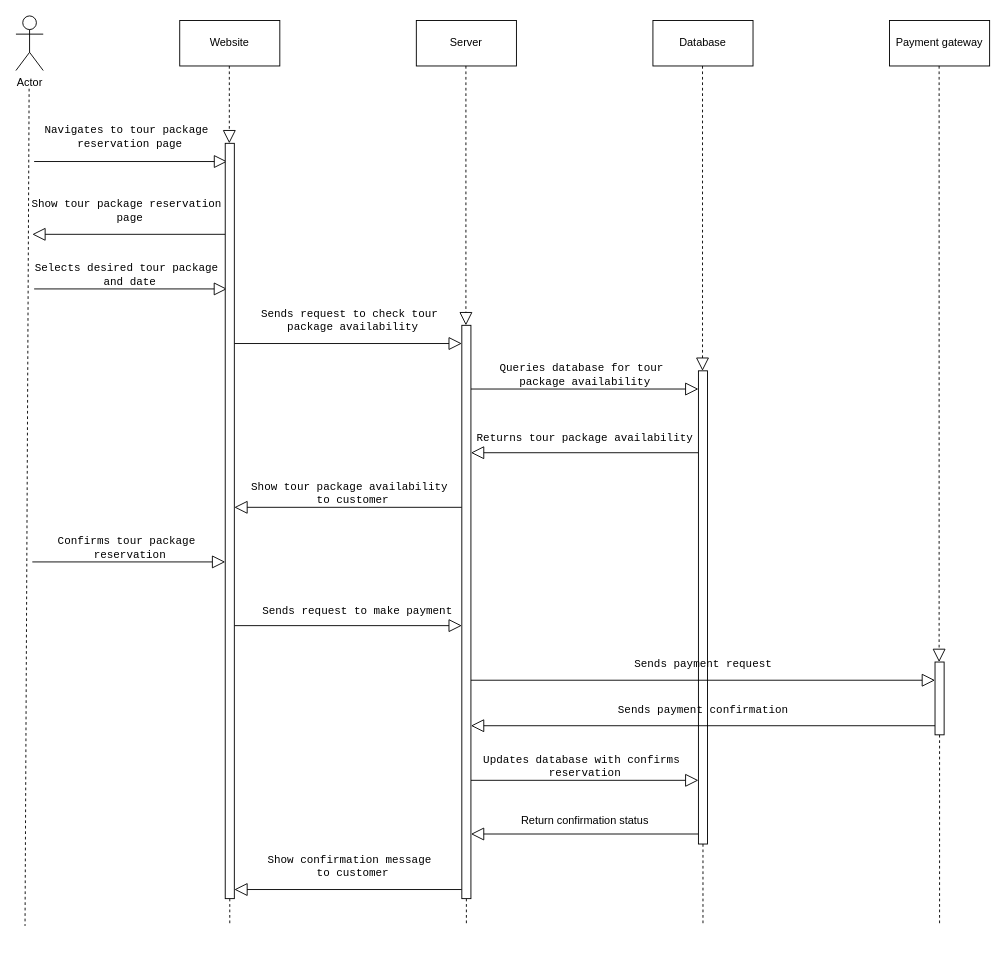
Earlier version of the draw.io diagram tour package.drawio (CodeSithum/sequencediagram). Source tidied: cells renumbered, new cells numbered last; positions are measured from the earlier drawing's top-left corner, leaving out a move shared by most shapes. Both pictures are drawn from the tidied source at 91%, with x=0, y=0 at pixel (15, 15).
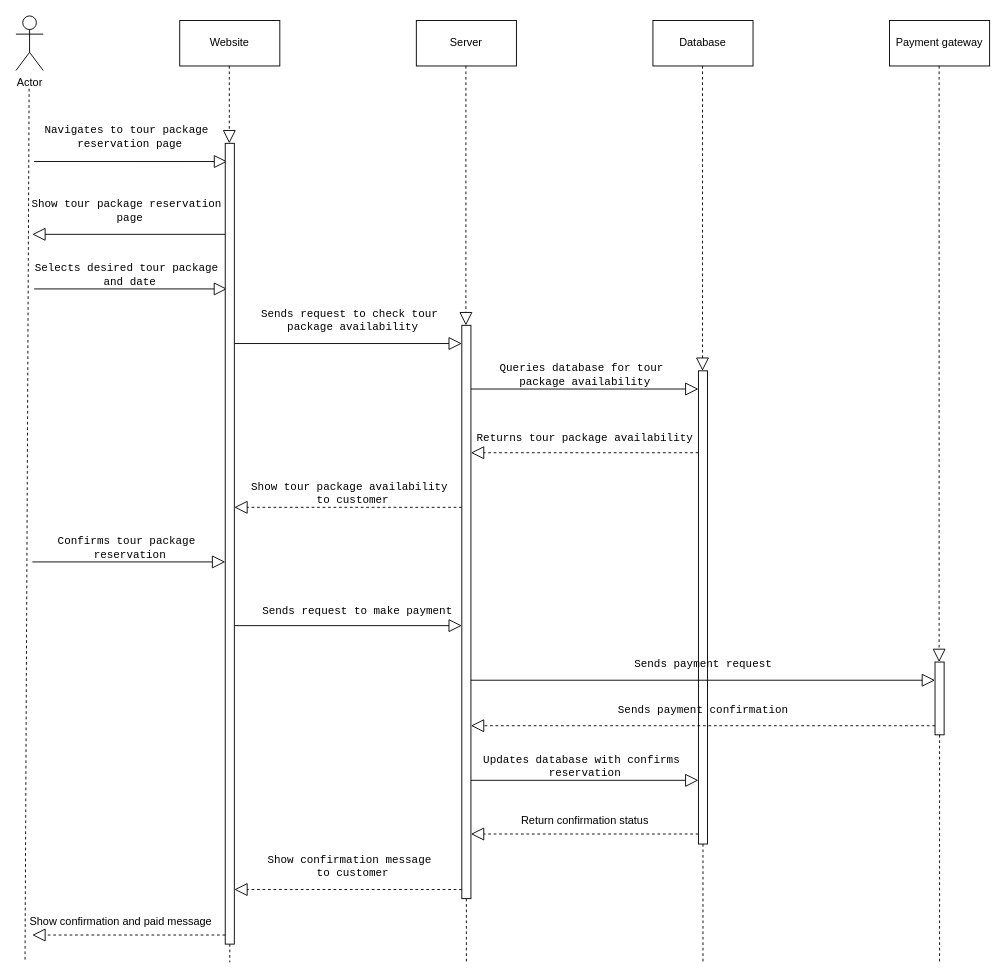
The same diagram, later.

Unchanged cells that the change refers to:
```xml
<mxCell id="39" style="html=1;points=[];perimeter=orthogonalPerimeter;outlineConnect=0;targetShapes=umlLifeline;portConstraint=eastwest;newEdgeStyle={&quot;edgeStyle&quot;:&quot;elbowEdgeStyle&quot;,&quot;elbow&quot;:&quot;vertical&quot;,&quot;curved&quot;:0,&quot;rounded&quot;:0};" parent="1" vertex="1">
  <mxGeometry x="490" y="340" width="10" height="630" as="geometry" />
</mxCell>
<mxCell id="41" style="html=1;points=[];perimeter=orthogonalPerimeter;outlineConnect=0;targetShapes=umlLifeline;portConstraint=eastwest;newEdgeStyle={&quot;edgeStyle&quot;:&quot;elbowEdgeStyle&quot;,&quot;elbow&quot;:&quot;vertical&quot;,&quot;curved&quot;:0,&quot;rounded&quot;:0};" parent="1" vertex="1">
  <mxGeometry x="750" y="390" width="10" height="520" as="geometry" />
</mxCell>
<mxCell id="43" style="html=1;points=[];perimeter=orthogonalPerimeter;outlineConnect=0;targetShapes=umlLifeline;portConstraint=eastwest;newEdgeStyle={&quot;edgeStyle&quot;:&quot;elbowEdgeStyle&quot;,&quot;elbow&quot;:&quot;vertical&quot;,&quot;curved&quot;:0,&quot;rounded&quot;:0};" parent="1" vertex="1">
  <mxGeometry x="1010" y="710" width="10" height="80" as="geometry" />
</mxCell>
```

Diff of the diagram source:
```diff
@@
     <mxCell id="7" style="endArrow=none;dashed=1;endFill=0;endSize=12;html=1;rounded=0;" parent="1" edge="1">
       <mxGeometry relative="1" as="geometry">
         <mxPoint x="14.5" y="80" as="sourcePoint" />
-        <mxPoint x="10" y="1000" as="targetPoint" />
+        <mxPoint x="10" y="1040" as="targetPoint" />
       </mxGeometry>
     </mxCell>
     <mxCell id="8" style="endArrow=none;dashed=1;endFill=0;endSize=12;html=1;rounded=0;" parent="1" edge="1" source="37">
       <mxGeometry relative="1" as="geometry">
-        <mxPoint x="235" y="1000" as="targetPoint" />
+        <mxPoint x="235" y="1040" as="targetPoint" />
       </mxGeometry>
     </mxCell>
     <mxCell id="9" style="endArrow=none;dashed=1;endFill=0;endSize=12;html=1;rounded=0;" parent="1" edge="1" source="39">
       <mxGeometry relative="1" as="geometry">
-        <mxPoint x="495" y="1000" as="targetPoint" />
+        <mxPoint x="495" y="1040" as="targetPoint" />
       </mxGeometry>
     </mxCell>
     <mxCell id="10" style="endArrow=none;dashed=1;endFill=0;endSize=12;html=1;rounded=0;" parent="1" edge="1" source="41">
       <mxGeometry relative="1" as="geometry">
-        <mxPoint x="755" y="1000" as="targetPoint" />
+        <mxPoint x="755" y="1040" as="targetPoint" />
       </mxGeometry>
     </mxCell>
     <mxCell id="11" style="endArrow=none;dashed=1;endFill=0;endSize=12;html=1;rounded=0;" parent="1" edge="1" source="43">
       <mxGeometry relative="1" as="geometry">
-        <mxPoint x="1015" y="1000" as="targetPoint" />
+        <mxPoint x="1015" y="1040" as="targetPoint" />
       </mxGeometry>
     </mxCell>
@@
-    <mxCell id="28" style="endArrow=block;endFill=0;endSize=12;html=1;rounded=0;" parent="1" edge="1">
+    <mxCell id="28" style="endArrow=block;endFill=0;endSize=12;html=1;rounded=0;dashed=1;" parent="1" edge="1">
       <mxGeometry relative="1" as="geometry">
         <mxPoint x="490" y="540" as="sourcePoint" />
         <mxPoint x="240" y="540" as="targetPoint" />
       </mxGeometry>
     </mxCell>
@@
-    <mxCell id="31" style="endArrow=block;endFill=0;endSize=12;html=1;rounded=0;" parent="1" edge="1">
+    <mxCell id="31" style="endArrow=block;endFill=0;endSize=12;html=1;rounded=0;dashed=1;" parent="1" edge="1">
       <mxGeometry relative="1" as="geometry">
         <mxPoint x="490" y="960" as="sourcePoint" />
         <mxPoint x="240" y="960" as="targetPoint" />
       </mxGeometry>
     </mxCell>
@@
-    <mxCell id="33" style="endArrow=block;endFill=0;endSize=12;html=1;rounded=0;" parent="1" edge="1">
+    <mxCell id="33" style="endArrow=block;endFill=0;endSize=12;html=1;rounded=0;dashed=1;" parent="1" edge="1">
       <mxGeometry relative="1" as="geometry">
         <mxPoint x="750" y="480" as="sourcePoint" />
         <mxPoint x="500" y="480" as="targetPoint" />
       </mxGeometry>
     </mxCell>
-    <mxCell id="34" style="endArrow=block;endFill=0;endSize=12;html=1;rounded=0;" parent="1" edge="1">
+    <mxCell id="34" style="endArrow=block;endFill=0;endSize=12;html=1;rounded=0;dashed=1;" parent="1" edge="1">
       <mxGeometry relative="1" as="geometry">
         <mxPoint x="750" y="899" as="sourcePoint" />
         <mxPoint x="500" y="899" as="targetPoint" />
       </mxGeometry>
     </mxCell>
@@
     <mxCell id="37" style="html=1;points=[];perimeter=orthogonalPerimeter;outlineConnect=0;targetShapes=umlLifeline;portConstraint=eastwest;newEdgeStyle={&quot;edgeStyle&quot;:&quot;elbowEdgeStyle&quot;,&quot;elbow&quot;:&quot;vertical&quot;,&quot;curved&quot;:0,&quot;rounded&quot;:0};" parent="1" vertex="1">
-      <mxGeometry x="230" y="140" width="10" height="830" as="geometry" />
+      <mxGeometry x="230" y="140" width="10" height="880" as="geometry" />
     </mxCell>
@@
-    <mxCell id="44" style="endArrow=block;endFill=0;endSize=12;html=1;rounded=0;" parent="1" edge="1">
+    <mxCell id="44" style="endArrow=block;endFill=0;endSize=12;html=1;rounded=0;dashed=1;" parent="1" edge="1">
       <mxGeometry relative="1" as="geometry">
         <mxPoint x="1010" y="780" as="sourcePoint" />
         <mxPoint x="500" y="780" as="targetPoint" />
       </mxGeometry>
     </mxCell>
@@
+    <mxCell id="48" value="&lt;div&gt;Show confirmation and paid message&lt;/div&gt;" style="text;html=1;align=center;verticalAlign=middle;strokeColor=none;fillColor=none;" parent="1" vertex="1">
+      <mxGeometry y="980" width="230" height="30" as="geometry" />
+    </mxCell>
+    <mxCell id="49" style="endArrow=block;endFill=0;endSize=12;html=1;rounded=0;entryX=1.01;entryY=0.886;entryDx=0;entryDy=0;entryPerimeter=0;dashed=1;" parent="1" edge="1">
+      <mxGeometry relative="1" as="geometry">
+        <mxPoint x="230" y="1010" as="sourcePoint" />
+        <mxPoint x="18" y="1010" as="targetPoint" />
+      </mxGeometry>
+    </mxCell>
```
